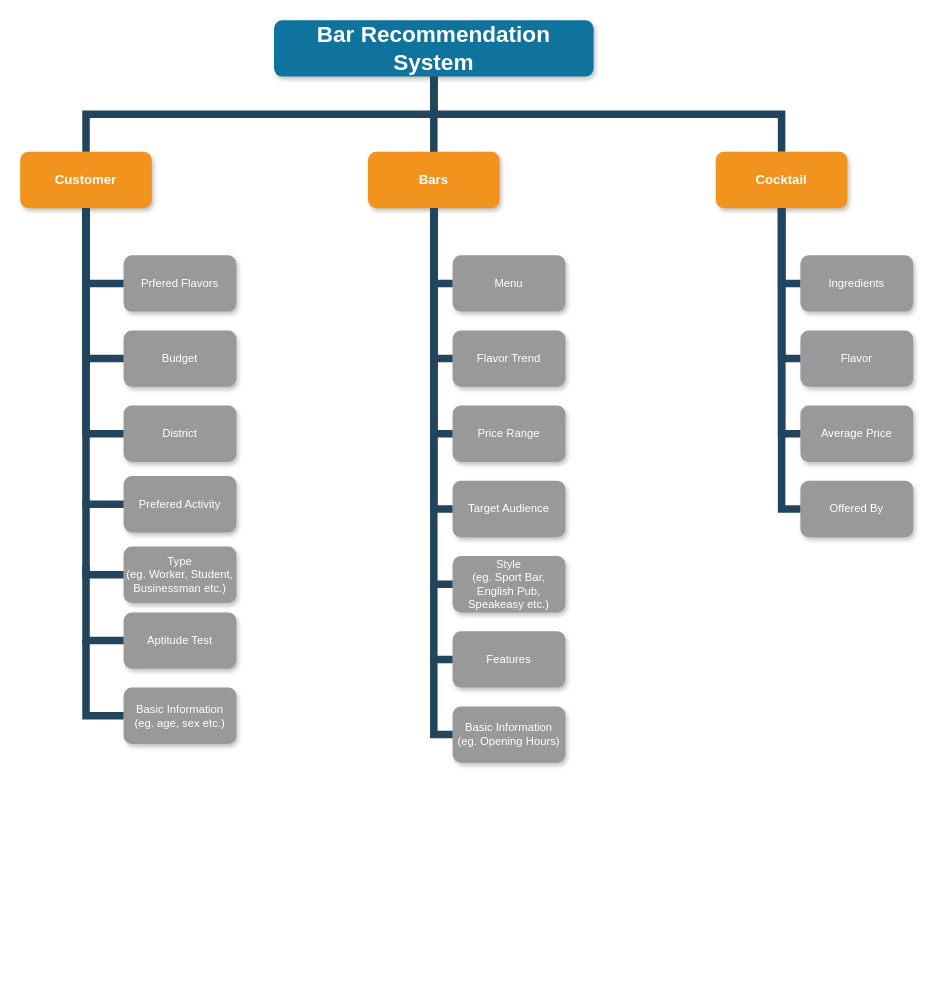
Above: DBMS_System_Fuctions.drawio in tp12356twNccu/Database_NCCU (draw.io), before the change. Source tidied: cells renumbered, new cells numbered last; positions are measured from the earlier drawing's top-left corner, leaving out a move shared by most shapes. Both pictures are drawn from the tidied source at 94%, with x=0, y=0 at pixel (20, 20).
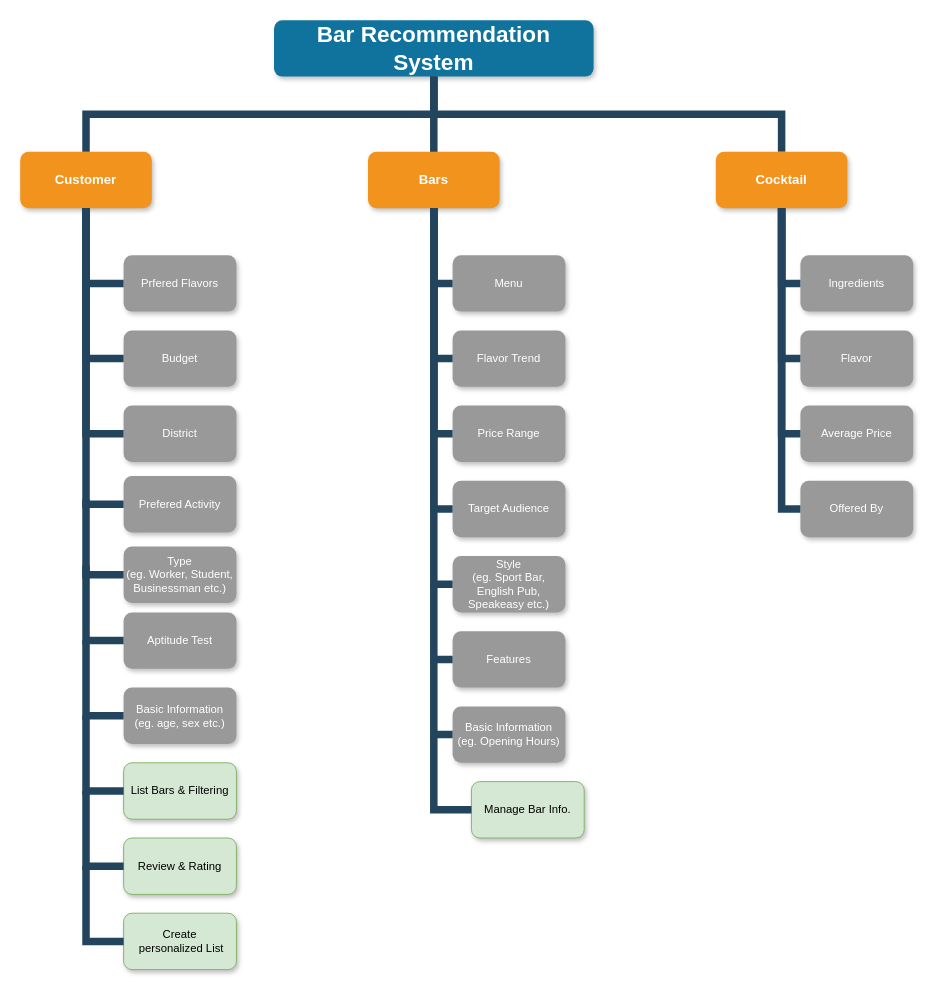
The same diagram, later.

Diff of the diagram source:
```diff
@@
+    <mxCell id="45" value="List Bars &amp; Filtering" style="whiteSpace=wrap;rounded=1;fillColor=#d5e8d4;strokeColor=#82b366;shadow=1;fontStyle=0;" parent="1" vertex="1">
+      <mxGeometry x="110" y="790" width="120" height="60" as="geometry" />
+    </mxCell>
+    <mxCell id="46" style="edgeStyle=elbowEdgeStyle;elbow=horizontal;rounded=0;fontColor=#000000;endArrow=none;endFill=0;strokeWidth=8;strokeColor=#23445D;exitX=0.5;exitY=1;exitDx=0;exitDy=0;entryX=0;entryY=0.5;entryDx=0;entryDy=0;" parent="1" edge="1">
+      <mxGeometry relative="1" as="geometry">
+        <mxPoint x="70" y="740" as="sourcePoint" />
+        <mxPoint x="110" y="820" as="targetPoint" />
+        <Array as="points">
+          <mxPoint x="70" y="860" />
+        </Array>
+      </mxGeometry>
+    </mxCell>
+    <mxCell id="47" value="Review &amp; Rating" style="whiteSpace=wrap;rounded=1;fillColor=#d5e8d4;strokeColor=#82b366;shadow=1;fontStyle=0;" parent="1" vertex="1">
+      <mxGeometry x="110" y="870" width="120" height="60" as="geometry" />
+    </mxCell>
+    <mxCell id="48" style="edgeStyle=elbowEdgeStyle;elbow=horizontal;rounded=0;fontColor=#000000;endArrow=none;endFill=0;strokeWidth=8;strokeColor=#23445D;exitX=0.5;exitY=1;exitDx=0;exitDy=0;entryX=0;entryY=0.5;entryDx=0;entryDy=0;" parent="1" edge="1">
+      <mxGeometry relative="1" as="geometry">
+        <mxPoint x="70" y="820" as="sourcePoint" />
+        <mxPoint x="110" y="900" as="targetPoint" />
+        <Array as="points">
+          <mxPoint x="70" y="940" />
+        </Array>
+      </mxGeometry>
+    </mxCell>
+    <mxCell id="49" value="Create&#10; personalized List" style="whiteSpace=wrap;rounded=1;fillColor=#d5e8d4;strokeColor=#82b366;shadow=1;fontStyle=0;" parent="1" vertex="1">
+      <mxGeometry x="110" y="950" width="120" height="60" as="geometry" />
+    </mxCell>
+    <mxCell id="50" style="edgeStyle=elbowEdgeStyle;elbow=horizontal;rounded=0;fontColor=#000000;endArrow=none;endFill=0;strokeWidth=8;strokeColor=#23445D;exitX=0.5;exitY=1;exitDx=0;exitDy=0;entryX=0;entryY=0.5;entryDx=0;entryDy=0;" parent="1" edge="1">
+      <mxGeometry relative="1" as="geometry">
+        <mxPoint x="70" y="900" as="sourcePoint" />
+        <mxPoint x="110" y="980" as="targetPoint" />
+        <Array as="points">
+          <mxPoint x="70" y="1020" />
+        </Array>
+      </mxGeometry>
+    </mxCell>
+    <mxCell id="51" value="Manage Bar Info." style="whiteSpace=wrap;rounded=1;fillColor=#d5e8d4;strokeColor=#82b366;shadow=1;fontStyle=0;" parent="1" vertex="1">
+      <mxGeometry x="480" y="810" width="120" height="60" as="geometry" />
+    </mxCell>
+    <mxCell id="52" style="edgeStyle=elbowEdgeStyle;elbow=horizontal;rounded=0;fontColor=#000000;endArrow=none;endFill=0;strokeWidth=8;strokeColor=#23445D;exitX=0.5;exitY=1;exitDx=0;exitDy=0;entryX=0;entryY=0.5;entryDx=0;entryDy=0;" parent="1" edge="1">
+      <mxGeometry relative="1" as="geometry">
+        <mxPoint x="440" y="760" as="sourcePoint" />
+        <mxPoint x="480" y="840" as="targetPoint" />
+        <Array as="points">
+          <mxPoint x="440" y="880" />
+        </Array>
+      </mxGeometry>
+    </mxCell>
```
